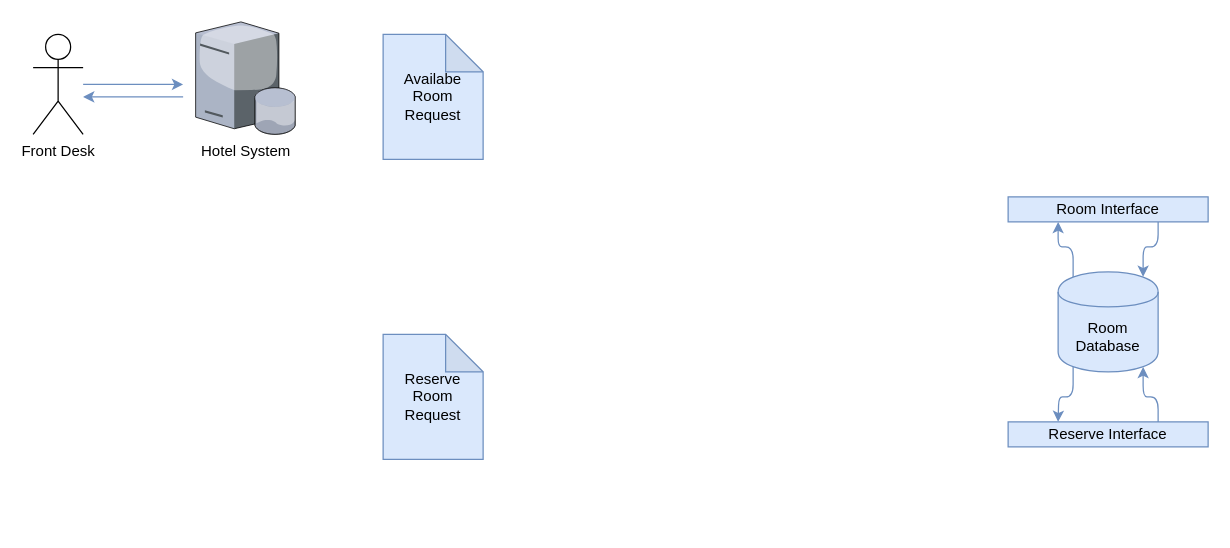
Earlier version of the draw.io diagram ASD-TR-FrontDesk.drawio (wowotek/ASD-TR-HotelManagement). Source tidied: cells renumbered, new cells numbered last; positions are measured from the earlier drawing's top-left corner, leaving out a move shared by most shapes. Both pictures are drawn from the tidied source at 125%, with x=0, y=0 at pixel (32, 21).
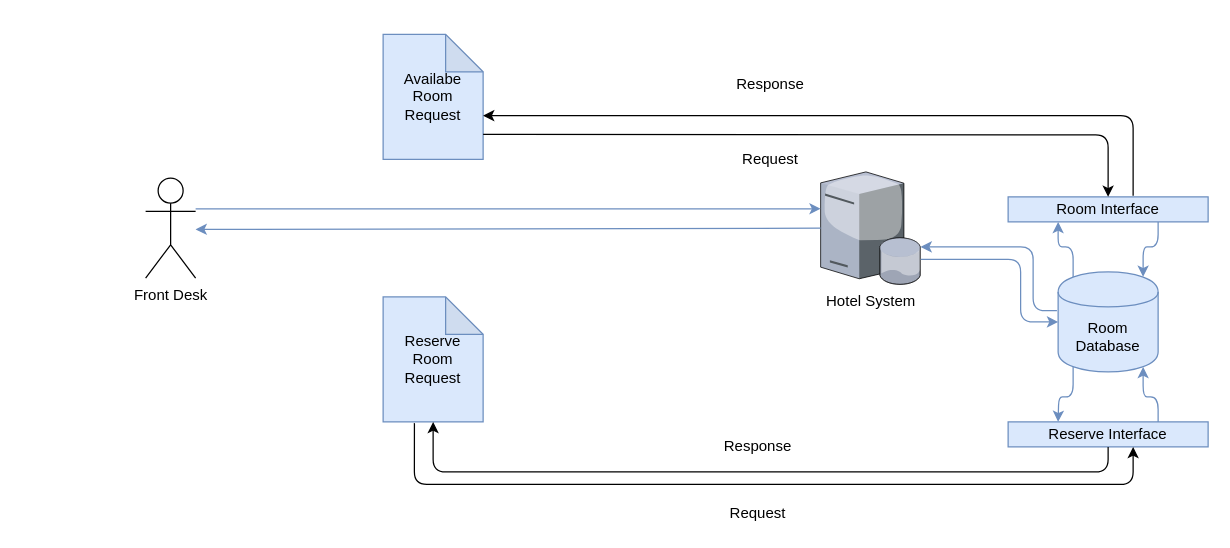
After the change.

The change refers to these unchanged cells:
```xml
<mxCell id="2" value="&lt;div&gt;Room&lt;/div&gt;&lt;div&gt;Database&lt;br&gt;&lt;/div&gt;" style="shape=cylinder;whiteSpace=wrap;html=1;boundedLbl=1;backgroundOutline=1;fillColor=#dae8fc;strokeColor=#6c8ebf;" parent="1" vertex="1">
  <mxGeometry x="820" y="200" width="80" height="80" as="geometry" />
</mxCell>
<mxCell id="3" value="&lt;div&gt;Availabe&lt;/div&gt;&lt;div&gt;Room&lt;/div&gt;&lt;div&gt;Request&lt;br&gt;&lt;/div&gt;" style="shape=note;whiteSpace=wrap;html=1;backgroundOutline=1;darkOpacity=0.05;fillColor=#dae8fc;strokeColor=#6c8ebf;" parent="1" vertex="1">
  <mxGeometry x="280" y="10" width="80" height="100" as="geometry" />
</mxCell>
<mxCell id="5" value="Reserve Interface" style="rounded=0;whiteSpace=wrap;html=1;fillColor=#dae8fc;strokeColor=#6c8ebf;" parent="1" vertex="1">
  <mxGeometry x="780" y="320" width="160" height="20" as="geometry" />
</mxCell>
<mxCell id="6" value="Room Interface" style="rounded=0;whiteSpace=wrap;html=1;fillColor=#dae8fc;strokeColor=#6c8ebf;" parent="1" vertex="1">
  <mxGeometry x="780" y="140" width="160" height="20" as="geometry" />
</mxCell>
```

The edit, as a diff of the source:
```diff
@@
     <mxCell id="4" value="&lt;div&gt;Reserve&lt;/div&gt;&lt;div&gt;Room&lt;/div&gt;&lt;div&gt;Request&lt;br&gt;&lt;/div&gt;" style="shape=note;whiteSpace=wrap;html=1;backgroundOutline=1;darkOpacity=0.05;fillColor=#dae8fc;strokeColor=#6c8ebf;" parent="1" vertex="1">
-      <mxGeometry x="280" y="250" width="80" height="100" as="geometry" />
+      <mxGeometry x="280" y="220" width="80" height="100" as="geometry" />
     </mxCell>
@@
     <mxCell id="11" value="Front Desk" style="shape=umlActor;verticalLabelPosition=bottom;labelBackgroundColor=#ffffff;verticalAlign=top;html=1;shadow=0;" parent="1" vertex="1">
-      <mxGeometry y="10" width="40" height="80" as="geometry" />
+      <mxGeometry x="90" y="125" width="40" height="80" as="geometry" />
     </mxCell>
     <mxCell id="12" value="Hotel System" style="verticalLabelPosition=bottom;html=1;verticalAlign=top;strokeColor=none;align=center;outlineConnect=0;shape=mxgraph.citrix.database_server;" parent="1" vertex="1">
-      <mxGeometry x="130" width="80" height="90" as="geometry" />
+      <mxGeometry x="630" y="120" width="80" height="90" as="geometry" />
     </mxCell>
     <mxCell id="13" style="endArrow=classic;html=1;strokeColor=#6c8ebf;fillColor=#dae8fc;" parent="1" edge="1">
       <mxGeometry relative="1" as="geometry">
-        <mxPoint x="40" y="50" as="sourcePoint" />
-        <mxPoint x="120" y="50" as="targetPoint" />
+        <mxPoint x="130" y="149.5" as="sourcePoint" />
+        <mxPoint x="630" y="149.5" as="targetPoint" />
       </mxGeometry>
     </mxCell>
-    <mxCell id="14" style="endArrow=classic;html=1;strokeColor=#6c8ebf;fillColor=#dae8fc;" parent="1" edge="1">
+    <mxCell id="14" style="endArrow=classic;html=1;strokeColor=#6c8ebf;fillColor=#dae8fc;" parent="1" edge="1" source="12">
       <mxGeometry relative="1" as="geometry">
-        <mxPoint x="120" y="60" as="sourcePoint" />
-        <mxPoint x="40" y="60" as="targetPoint" />
+        <mxPoint x="130" y="166" as="targetPoint" />
       </mxGeometry>
     </mxCell>
+    <mxCell id="15" style="endArrow=classic;html=1;entryX=0.5;entryY=0;entryDx=0;entryDy=0;edgeStyle=orthogonalEdgeStyle;" parent="1" edge="1" target="6">
+      <mxGeometry relative="1" as="geometry">
+        <mxPoint x="360" y="90" as="sourcePoint" />
+      </mxGeometry>
+    </mxCell>
+    <mxCell id="16" style="endArrow=classic;html=1;entryX=0;entryY=0;entryDx=80;entryDy=65;entryPerimeter=0;exitX=0.625;exitY=-0.05;exitDx=0;exitDy=0;exitPerimeter=0;edgeStyle=orthogonalEdgeStyle;" parent="1" edge="1" source="6" target="3">
+      <mxGeometry relative="1" as="geometry" />
+    </mxCell>
+    <mxCell id="17" style="endArrow=classic;html=1;exitX=0.5;exitY=1;exitDx=0;exitDy=0;entryX=0.5;entryY=1;entryDx=0;entryDy=0;entryPerimeter=0;edgeStyle=orthogonalEdgeStyle;" parent="1" edge="1" source="5" target="4">
+      <mxGeometry relative="1" as="geometry">
+        <Array as="points">
+          <mxPoint x="860" y="360" />
+          <mxPoint x="320" y="360" />
+        </Array>
+      </mxGeometry>
+    </mxCell>
+    <mxCell id="18" style="endArrow=classic;html=1;exitX=0.313;exitY=1.01;exitDx=0;exitDy=0;exitPerimeter=0;edgeStyle=orthogonalEdgeStyle;" parent="1" edge="1" source="4">
+      <mxGeometry relative="1" as="geometry">
+        <mxPoint x="880" y="340" as="targetPoint" />
+        <Array as="points">
+          <mxPoint x="305" y="370" />
+          <mxPoint x="880" y="370" />
+          <mxPoint x="880" y="340" />
+        </Array>
+      </mxGeometry>
+    </mxCell>
+    <mxCell id="19" style="endArrow=classic;html=1;exitX=-0.012;exitY=0.388;exitDx=0;exitDy=0;exitPerimeter=0;edgeStyle=orthogonalEdgeStyle;fillColor=#dae8fc;strokeColor=#6c8ebf;" parent="1" edge="1" source="2" target="12">
+      <mxGeometry relative="1" as="geometry">
+        <Array as="points">
+          <mxPoint x="800" y="231" />
+          <mxPoint x="800" y="180" />
+        </Array>
+      </mxGeometry>
+    </mxCell>
+    <mxCell id="20" style="endArrow=classic;html=1;entryX=0;entryY=0.5;entryDx=0;entryDy=0;edgeStyle=orthogonalEdgeStyle;fillColor=#dae8fc;strokeColor=#6c8ebf;" parent="1" edge="1" source="12" target="2">
+      <mxGeometry relative="1" as="geometry">
+        <Array as="points">
+          <mxPoint x="790" y="190" />
+          <mxPoint x="790" y="240" />
+        </Array>
+      </mxGeometry>
+    </mxCell>
+    <mxCell id="21" value="&lt;div&gt;Response&lt;/div&gt;" style="text;html=1;strokeColor=none;fillColor=none;align=center;verticalAlign=middle;whiteSpace=wrap;rounded=0;" parent="1" vertex="1">
+      <mxGeometry x="570" y="40" width="40" height="20" as="geometry" />
+    </mxCell>
+    <mxCell id="22" value="Request" style="text;html=1;strokeColor=none;fillColor=none;align=center;verticalAlign=middle;whiteSpace=wrap;rounded=0;" parent="1" vertex="1">
+      <mxGeometry x="570" y="100" width="40" height="20" as="geometry" />
+    </mxCell>
+    <mxCell id="23" value="Response" style="text;html=1;strokeColor=none;fillColor=none;align=center;verticalAlign=middle;whiteSpace=wrap;rounded=0;" parent="1" vertex="1">
+      <mxGeometry x="560" y="330" width="40" height="20" as="geometry" />
+    </mxCell>
+    <mxCell id="24" value="Request" style="text;html=1;strokeColor=none;fillColor=none;align=center;verticalAlign=middle;whiteSpace=wrap;rounded=0;" parent="1" vertex="1">
+      <mxGeometry x="560" y="383" width="40" height="20" as="geometry" />
+    </mxCell>
```
